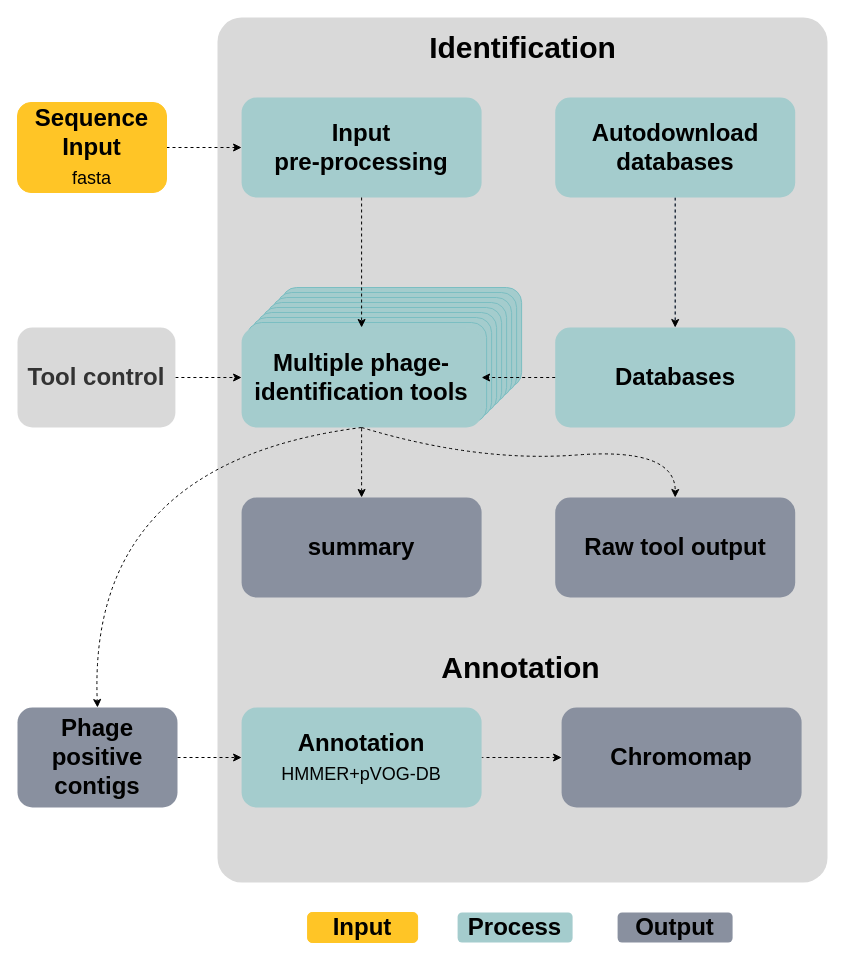
This is figures/wtp-flowchart-simple_for_github.drawio from replikation/What_the_Phage, a draw.io file, before an edit. Source tidied: cells renumbered, new cells numbered last; positions are measured from the earlier drawing's top-left corner, leaving out a move shared by most shapes. Both pictures are drawn from the tidied source at 100%, with x=0, y=0 at pixel (17, 17).
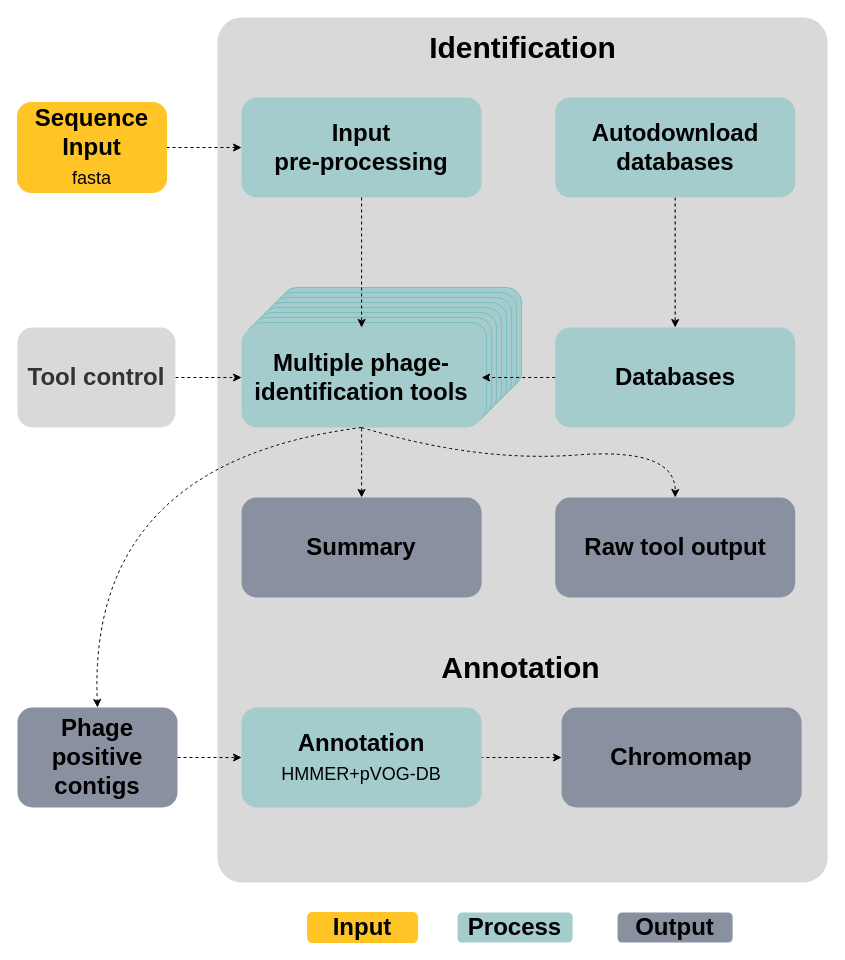
The same page after the edit.

What changed in the source:
```diff
@@
-    <mxCell id="46" value="&lt;b&gt;summary&lt;/b&gt;" style="rounded=1;whiteSpace=wrap;html=1;strokeColor=none;fillColor=#89909F;fontSize=24;fontColor=#000000;" parent="1" vertex="1">
+    <mxCell id="46" value="&lt;b&gt;Summary&lt;/b&gt;" style="rounded=1;whiteSpace=wrap;html=1;strokeColor=none;fillColor=#89909F;fontSize=24;fontColor=#000000;" parent="1" vertex="1">
       <mxGeometry x="224.1" y="480" width="240" height="100" as="geometry" />
     </mxCell>
```
